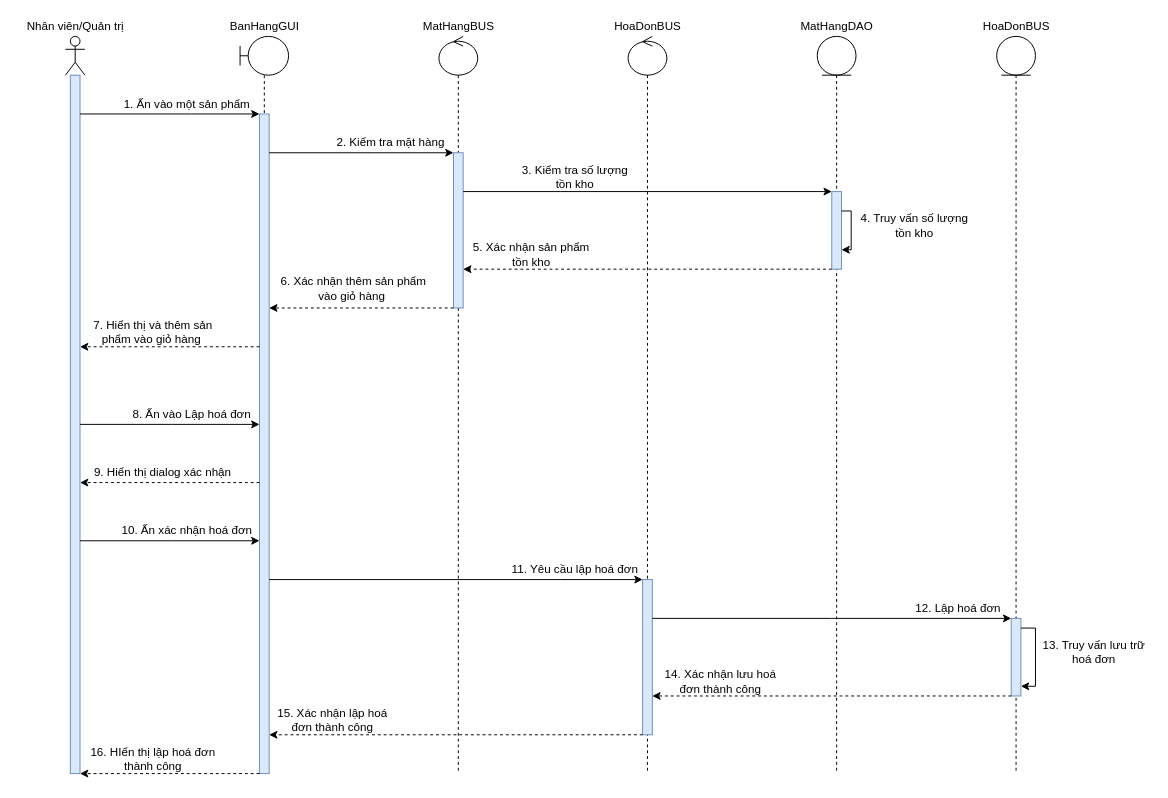
The draw.io diagram Sequence Diagrams/Nguyên Lộc/SD_XửLíBánHàng.drawio in EdgarIgnite16/OOAD-Project, before the edit. Source tidied: cells renumbered, new cells numbered last; positions are measured from the earlier drawing's top-left corner, leaving out a move shared by most shapes. Both pictures are drawn from the tidied source at 97%, with x=0, y=0 at pixel (16, 16).
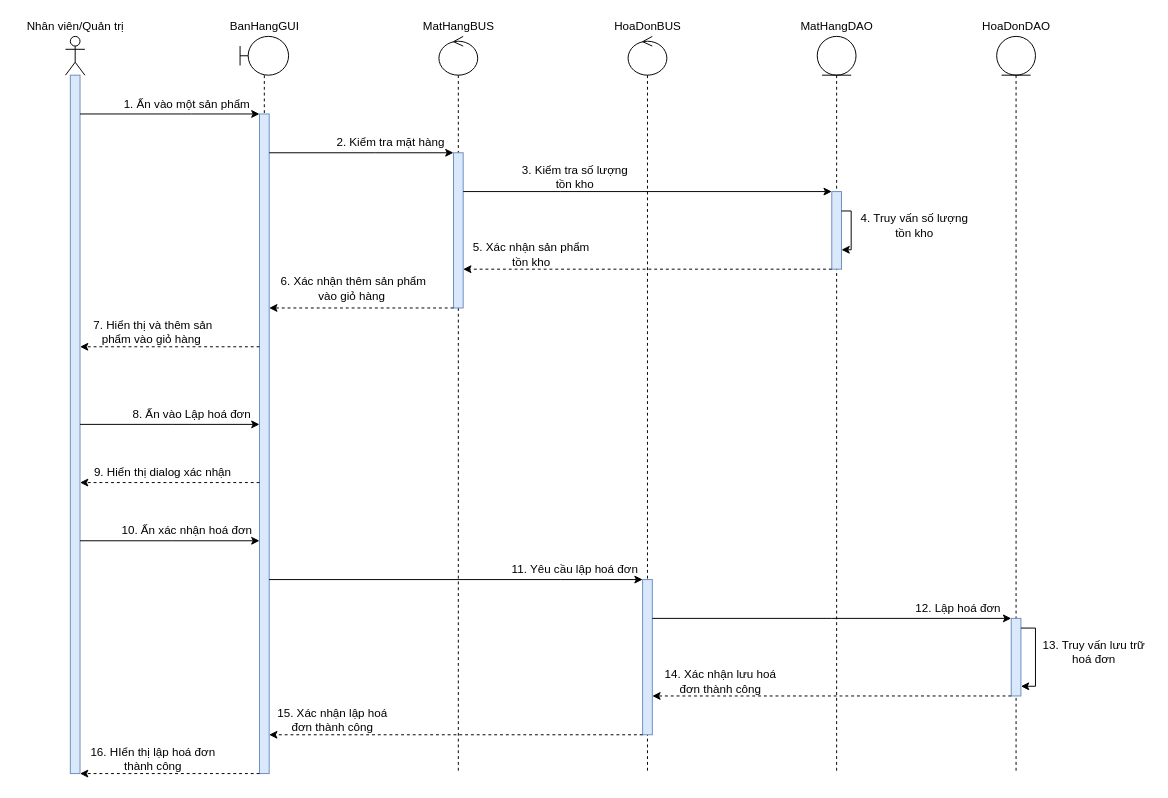
The same diagram, later.

The edit, as a diff of the source:
```diff
@@
-    <mxCell id="40" value="HoaDonBUS" style="text;html=1;align=center;verticalAlign=middle;strokeColor=none;fillColor=none;" parent="1" vertex="1">
-      <mxGeometry x="990" width="80" height="20" as="geometry" />
+    <mxCell id="40" value="HoaDonDAO" style="text;html=1;align=center;verticalAlign=middle;strokeColor=none;fillColor=none;" parent="1" vertex="1">
+      <mxGeometry x="985" width="90" height="20" as="geometry" />
     </mxCell>
```
